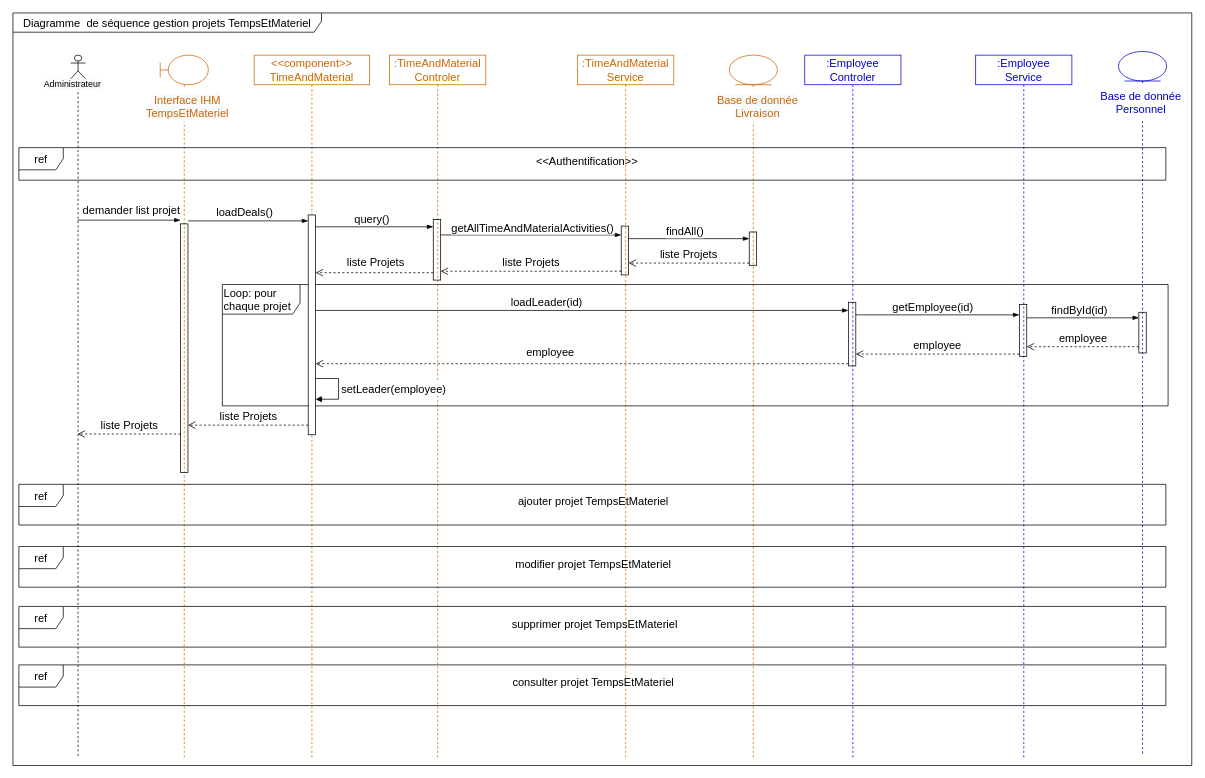
Earlier version of the draw.io diagram Delivery/TimeAndMaterialProjectListDiagrammeSequence.drawio (ZidiMedAmine/UML). Source tidied: cells renumbered, new cells numbered last; positions are measured from the earlier drawing's top-left corner, leaving out a move shared by most shapes. Both pictures are drawn from the tidied source at 74%, with x=0, y=0 at pixel (13, 13).
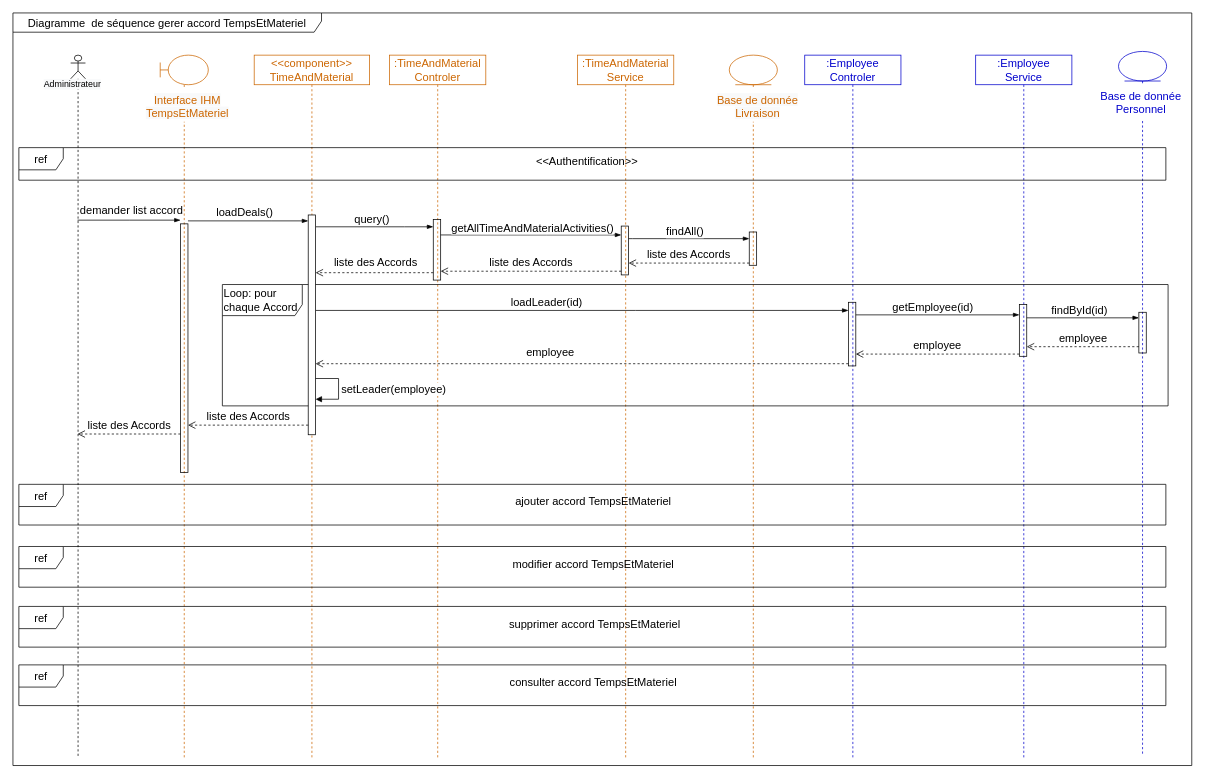
The same page after the edit.

Commit message:
Mettre à jour TimeAndMaterialProjectListDiagrammeSequence.drawio

Unchanged cells that the change refers to:
```xml
<mxCell id="4" style="html=1;points=[];perimeter=orthogonalPerimeter;rounded=0;shadow=0;glass=0;sketch=0;fontSize=15;fillColor=none;" parent="3" vertex="1">
  <mxGeometry x="59" y="222" width="10" height="82" as="geometry" />
</mxCell>
<mxCell id="8" style="html=1;points=[];perimeter=orthogonalPerimeter;rounded=0;shadow=0;glass=0;sketch=0;fontSize=15;fillColor=none;" parent="7" vertex="1">
  <mxGeometry x="59" y="231" width="10" height="66" as="geometry" />
</mxCell>
<mxCell id="10" style="html=1;points=[];perimeter=orthogonalPerimeter;rounded=0;shadow=0;glass=0;sketch=0;fontSize=15;fillColor=none;" parent="9" vertex="1">
  <mxGeometry x="27" y="239" width="10" height="45" as="geometry" />
</mxCell>
<mxCell id="22" style="edgeStyle=elbowEdgeStyle;fontSize=12;html=1;endArrow=blockThin;endFill=1;rounded=0;" parent="1" edge="1">
  <mxGeometry relative="1" as="geometry">
    <mxPoint x="87.3" y="280" as="sourcePoint" />
    <mxPoint x="226.5" y="280" as="targetPoint" />
    <Array as="points">
      <mxPoint x="158" y="280" />
      <mxPoint x="139" y="253" />
    </Array>
  </mxGeometry>
</mxCell>
<mxCell id="45" style="html=1;points=[];perimeter=orthogonalPerimeter;" parent="44" vertex="1">
  <mxGeometry x="73" y="216" width="10" height="297" as="geometry" />
</mxCell>
```

Diff of the diagram source:
```diff
@@
-    <mxCell id="2" value="Diagramme&amp;nbsp; de séquence gestion projets TempsEtMateriel" style="shape=umlFrame;whiteSpace=wrap;html=1;rounded=0;shadow=0;glass=0;sketch=0;fontSize=15;fillColor=none;width=417;height=26;" parent="1" vertex="1">
+    <mxCell id="2" value="Diagramme&amp;nbsp; de séquence gerer accord TempsEtMateriel" style="shape=umlFrame;whiteSpace=wrap;html=1;rounded=0;shadow=0;glass=0;sketch=0;fontSize=15;fillColor=none;width=417;height=26;" parent="1" vertex="1">
       <mxGeometry width="1593" height="1017" as="geometry" />
     </mxCell>
@@
-    <mxCell id="23" value="demander list projet" style="edgeLabel;html=1;align=center;verticalAlign=middle;fontSize=15;" parent="22" vertex="1">
+    <mxCell id="23" value="demander list accord " style="edgeLabel;html=1;align=center;verticalAlign=middle;fontSize=15;" parent="22" vertex="1">
       <mxGeometry x="-0.4" relative="1" as="geometry">
         <mxPoint x="30" y="-15" as="offset" />
       </mxGeometry>
     </mxCell>
@@
-    <mxCell id="30" value="liste Projets" style="html=1;verticalAlign=bottom;endArrow=open;dashed=1;endSize=8;rounded=0;fontSize=15;" parent="1" edge="1" source="10" target="8">
+    <mxCell id="30" value="liste des Accords" style="html=1;verticalAlign=bottom;endArrow=open;dashed=1;endSize=8;rounded=0;fontSize=15;" parent="1" edge="1" source="10" target="8">
       <mxGeometry relative="1" as="geometry">
         <Array as="points">
           <mxPoint x="916" y="338" />
         </Array>
       </mxGeometry>
     </mxCell>
-    <mxCell id="31" value="liste Projets" style="html=1;verticalAlign=bottom;endArrow=open;dashed=1;endSize=8;rounded=0;fontSize=15;" parent="1" edge="1" source="8" target="4">
+    <mxCell id="31" value="liste des Accords" style="html=1;verticalAlign=bottom;endArrow=open;dashed=1;endSize=8;rounded=0;fontSize=15;" parent="1" edge="1" source="8" target="4">
       <mxGeometry relative="1" as="geometry">
         <Array as="points">
           <mxPoint x="726" y="349" />
         </Array>
       </mxGeometry>
     </mxCell>
-    <mxCell id="32" value="liste Projets" style="html=1;verticalAlign=bottom;endArrow=open;dashed=1;endSize=8;rounded=0;fontSize=15;" parent="1" edge="1" source="4" target="45">
+    <mxCell id="32" value="liste des Accords" style="html=1;verticalAlign=bottom;endArrow=open;dashed=1;endSize=8;rounded=0;fontSize=15;" parent="1" edge="1" source="4" target="45">
       <mxGeometry x="-0.02" y="-3" relative="1" as="geometry">
         <Array as="points">
           <mxPoint x="414" y="351" />
         </Array>
       </mxGeometry>
     </mxCell>
@@
-    <mxCell id="42" value="liste Projets" style="html=1;verticalAlign=bottom;endArrow=open;dashed=1;endSize=8;rounded=0;fontSize=15;" parent="1" edge="1">
+    <mxCell id="42" value="liste des Accords" style="html=1;verticalAlign=bottom;endArrow=open;dashed=1;endSize=8;rounded=0;fontSize=15;" parent="1" edge="1">
       <mxGeometry relative="1" as="geometry">
         <mxPoint x="226.5" y="569" as="sourcePoint" />
         <mxPoint x="87.3" y="569" as="targetPoint" />
         <Array as="points">
           <mxPoint x="189" y="569" />
         </Array>
       </mxGeometry>
     </mxCell>
-    <mxCell id="43" value="Loop: pour &lt;br&gt;chaque&amp;nbsp;&lt;span style=&quot;background-color: initial; text-align: center;&quot;&gt;projet&lt;/span&gt;" style="shape=umlFrame;whiteSpace=wrap;html=1;rounded=0;shadow=0;glass=0;sketch=0;fontSize=15;fillColor=none;width=105;height=40;align=left;" parent="1" vertex="1">
+    <mxCell id="43" value="Loop: pour &lt;br&gt;chaque&amp;nbsp;&lt;span style=&quot;background-color: initial; text-align: center;&quot;&gt;Accord&lt;/span&gt;" style="shape=umlFrame;whiteSpace=wrap;html=1;rounded=0;shadow=0;glass=0;sketch=0;fontSize=15;fillColor=none;width=108;height=42;align=left;" parent="1" vertex="1">
       <mxGeometry x="283" y="367" width="1278" height="164" as="geometry" />
     </mxCell>
@@
-    <mxCell id="49" value="&lt;span style=&quot;font-size: 15px;&quot;&gt;liste Projets&lt;/span&gt;" style="html=1;verticalAlign=bottom;endArrow=open;dashed=1;endSize=8;rounded=0;" parent="1" edge="1" source="45">
+    <mxCell id="49" value="&lt;span style=&quot;font-size: 15px;&quot;&gt;liste des Accords&lt;/span&gt;" style="html=1;verticalAlign=bottom;endArrow=open;dashed=1;endSize=8;rounded=0;" parent="1" edge="1" source="45">
       <mxGeometry relative="1" as="geometry">
         <mxPoint x="236.5" y="557" as="targetPoint" />
         <Array as="points">
           <mxPoint x="341" y="557" />
         </Array>
       </mxGeometry>
     </mxCell>
@@
-    <mxCell id="53" value="ajouter projet TempsEtMateriel" style="text;html=1;strokeColor=none;fillColor=none;align=center;verticalAlign=middle;whiteSpace=wrap;rounded=0;labelBackgroundColor=none;fontSize=15;fontColor=#000000;" parent="1" vertex="1">
+    <mxCell id="53" value="ajouter accord TempsEtMateriel" style="text;html=1;strokeColor=none;fillColor=none;align=center;verticalAlign=middle;whiteSpace=wrap;rounded=0;labelBackgroundColor=none;fontSize=15;fontColor=#000000;" parent="1" vertex="1">
       <mxGeometry x="643" y="645" width="283" height="30" as="geometry" />
     </mxCell>
@@
-    <mxCell id="55" value="modifier projet TempsEtMateriel" style="text;html=1;strokeColor=none;fillColor=none;align=center;verticalAlign=middle;whiteSpace=wrap;rounded=0;labelBackgroundColor=none;fontSize=15;fontColor=#000000;" parent="1" vertex="1">
+    <mxCell id="55" value="modifier accord TempsEtMateriel" style="text;html=1;strokeColor=none;fillColor=none;align=center;verticalAlign=middle;whiteSpace=wrap;rounded=0;labelBackgroundColor=none;fontSize=15;fontColor=#000000;" parent="1" vertex="1">
       <mxGeometry x="643" y="729" width="283" height="30" as="geometry" />
     </mxCell>
@@
-    <mxCell id="57" value="supprimer projet TempsEtMateriel" style="text;html=1;strokeColor=none;fillColor=none;align=center;verticalAlign=middle;whiteSpace=wrap;rounded=0;labelBackgroundColor=none;fontSize=15;fontColor=#000000;" parent="1" vertex="1">
+    <mxCell id="57" value="supprimer accord TempsEtMateriel" style="text;html=1;strokeColor=none;fillColor=none;align=center;verticalAlign=middle;whiteSpace=wrap;rounded=0;labelBackgroundColor=none;fontSize=15;fontColor=#000000;" parent="1" vertex="1">
       <mxGeometry x="644.5" y="810" width="283" height="30" as="geometry" />
     </mxCell>
@@
-    <mxCell id="59" value="consulter projet TempsEtMateriel" style="text;html=1;strokeColor=none;fillColor=none;align=center;verticalAlign=middle;whiteSpace=wrap;rounded=0;labelBackgroundColor=none;fontSize=15;fontColor=#000000;" parent="1" vertex="1">
+    <mxCell id="59" value="consulter accord TempsEtMateriel" style="text;html=1;strokeColor=none;fillColor=none;align=center;verticalAlign=middle;whiteSpace=wrap;rounded=0;labelBackgroundColor=none;fontSize=15;fontColor=#000000;" parent="1" vertex="1">
       <mxGeometry x="643" y="889" width="283" height="30" as="geometry" />
     </mxCell>
```
